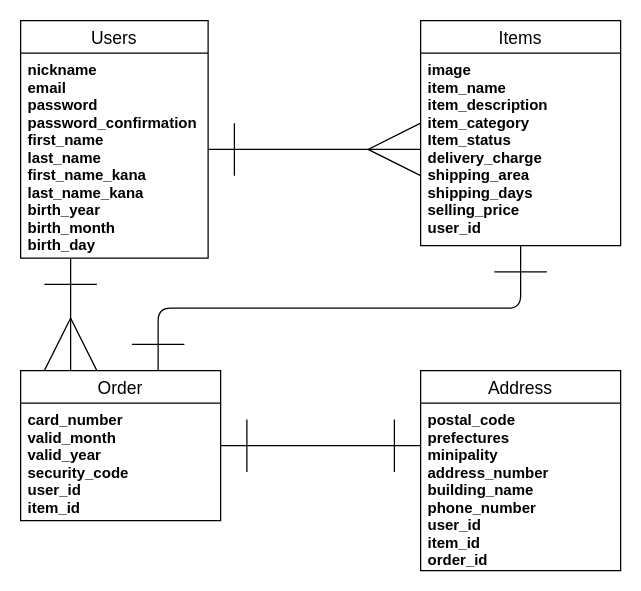
Earlier version of the draw.io diagram ER.dio (Yutaka8842/furima-35390). Source tidied: cells renumbered, new cells numbered last; positions are measured from the earlier drawing's top-left corner, leaving out a move shared by most shapes. Both pictures are drawn from the tidied source at 125%, with x=0, y=0 at pixel (20, 20).
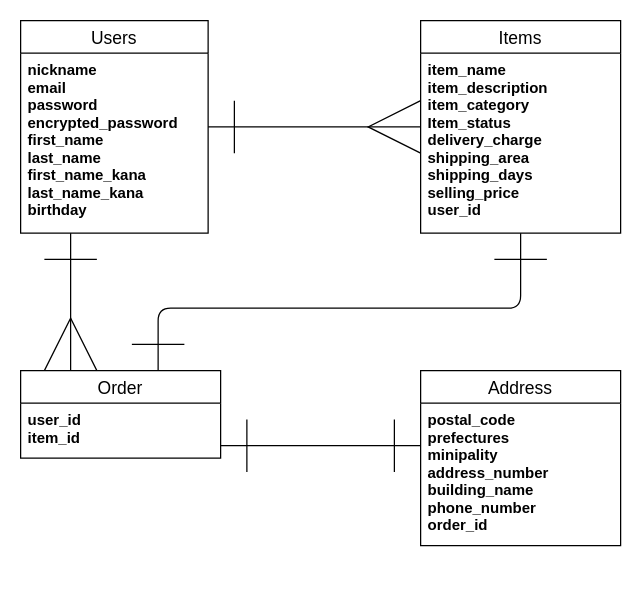
After the change.

Commit message (it also covers changes not shown here):
DB設計の修正

Diff of the diagram source:
```diff
@@
     <mxCell id="2" value="Users" style="swimlane;fontStyle=0;horizontal=1;startSize=26;align=center;fontSize=14;" parent="1" vertex="1">
-      <mxGeometry width="150" height="190" as="geometry" />
+      <mxGeometry width="150" height="170" as="geometry" />
     </mxCell>
-    <mxCell id="3" value="nickname&#10;email&#10;password&#10;password_confirmation&#10;first_name&#10;last_name&#10;first_name_kana&#10;last_name_kana&#10;birth_year&#10;birth_month&#10;birth_day" style="text;strokeColor=none;spacingLeft=4;spacingRight=4;overflow=hidden;fontSize=12;align=left;verticalAlign=top;fontStyle=1;spacing=2;labelBackgroundColor=none;" parent="2" vertex="1">
-      <mxGeometry y="26" width="150" height="164" as="geometry" />
+    <mxCell id="3" value="nickname&#10;email&#10;password&#10;encrypted_password&#10;first_name&#10;last_name&#10;first_name_kana&#10;last_name_kana&#10;birthday" style="text;strokeColor=none;spacingLeft=4;spacingRight=4;overflow=hidden;fontSize=12;align=left;verticalAlign=top;fontStyle=1;spacing=2;labelBackgroundColor=none;" parent="2" vertex="1">
+      <mxGeometry y="26" width="150" height="144" as="geometry" />
     </mxCell>
     <mxCell id="4" value="Items" style="swimlane;fontStyle=0;horizontal=1;startSize=26;align=center;fontSize=14;" parent="1" vertex="1">
-      <mxGeometry x="320" width="160" height="180" as="geometry" />
+      <mxGeometry x="320" width="160" height="170" as="geometry" />
     </mxCell>
-    <mxCell id="5" value="image&#10;item_name&#10;item_description&#10;item_category&#10;Item_status&#10;delivery_charge&#10;shipping_area&#10;shipping_days&#10;selling_price&#10;user_id" style="text;strokeColor=none;spacingLeft=4;spacingRight=4;overflow=hidden;points=[[0,0.5],[1,0.5]];portConstraint=eastwest;fontSize=12;align=left;fontStyle=1;" parent="4" vertex="1">
-      <mxGeometry y="26" width="160" height="154" as="geometry" />
+    <mxCell id="5" value="item_name&#10;item_description&#10;item_category&#10;Item_status&#10;delivery_charge&#10;shipping_area&#10;shipping_days&#10;selling_price&#10;user_id" style="text;strokeColor=none;spacingLeft=4;spacingRight=4;overflow=hidden;points=[[0,0.5],[1,0.5]];portConstraint=eastwest;fontSize=12;align=left;fontStyle=1;" parent="4" vertex="1">
+      <mxGeometry y="26" width="160" height="144" as="geometry" />
     </mxCell>
@@
     <mxCell id="7" value="Address" style="swimlane;fontStyle=0;horizontal=1;startSize=26;align=center;fontSize=14;" parent="1" vertex="1">
-      <mxGeometry x="320" y="280" width="160" height="160" as="geometry" />
+      <mxGeometry x="320" y="280" width="160" height="140" as="geometry" />
     </mxCell>
-    <mxCell id="8" value="postal_code&#10;prefectures&#10;minipality&#10;address_number&#10;building_name&#10;phone_number&#10;user_id&#10;item_id&#10;order_id&#10;" style="text;strokeColor=none;spacingLeft=4;spacingRight=4;overflow=hidden;fontSize=12;fontStyle=1;" parent="7" vertex="1">
-      <mxGeometry y="26" width="160" height="134" as="geometry" />
+    <mxCell id="8" value="postal_code&#10;prefectures&#10;minipality&#10;address_number&#10;building_name&#10;phone_number&#10;order_id&#10;" style="text;strokeColor=none;spacingLeft=4;spacingRight=4;overflow=hidden;fontSize=12;fontStyle=1;" parent="7" vertex="1">
+      <mxGeometry y="26" width="160" height="114" as="geometry" />
     </mxCell>
@@
     <mxCell id="11" value="Order" style="swimlane;fontStyle=0;horizontal=1;startSize=26;align=center;fontSize=14;" parent="1" vertex="1">
-      <mxGeometry y="280" width="160" height="120" as="geometry" />
+      <mxGeometry y="280" width="160" height="70" as="geometry" />
     </mxCell>
-    <mxCell id="12" value="card_number&#10;valid_month&#10;valid_year&#10;security_code&#10;user_id&#10;item_id" style="text;strokeColor=none;spacingLeft=4;spacingRight=4;overflow=hidden;fontSize=12;fontStyle=1;" parent="11" vertex="1">
-      <mxGeometry y="26" width="160" height="94" as="geometry" />
+    <mxCell id="12" value="user_id&#10;item_id" style="text;strokeColor=none;spacingLeft=4;spacingRight=4;overflow=hidden;fontSize=12;fontStyle=1;" parent="11" vertex="1">
+      <mxGeometry y="26" width="160" height="44" as="geometry" />
     </mxCell>
-    <mxCell id="13" style="edgeStyle=orthogonalEdgeStyle;curved=0;rounded=1;sketch=0;jettySize=auto;html=1;exitX=0;exitY=0.5;exitDx=0;exitDy=0;startArrow=ERmany;startFill=0;startSize=40;endArrow=ERone;endFill=0;endSize=40;" parent="1" edge="1" source="5" target="2">
+    <mxCell id="13" style="edgeStyle=orthogonalEdgeStyle;curved=0;rounded=1;sketch=0;jettySize=auto;html=1;startArrow=ERmany;startFill=0;startSize=40;endArrow=ERone;endFill=0;endSize=40;" parent="1" edge="1" source="4" target="2">
       <mxGeometry relative="1" as="geometry">
         <Array as="points">
-          <mxPoint x="200" y="103" />
-          <mxPoint x="200" y="103" />
+          <mxPoint x="290" y="85" />
+          <mxPoint x="290" y="85" />
         </Array>
       </mxGeometry>
     </mxCell>
```
